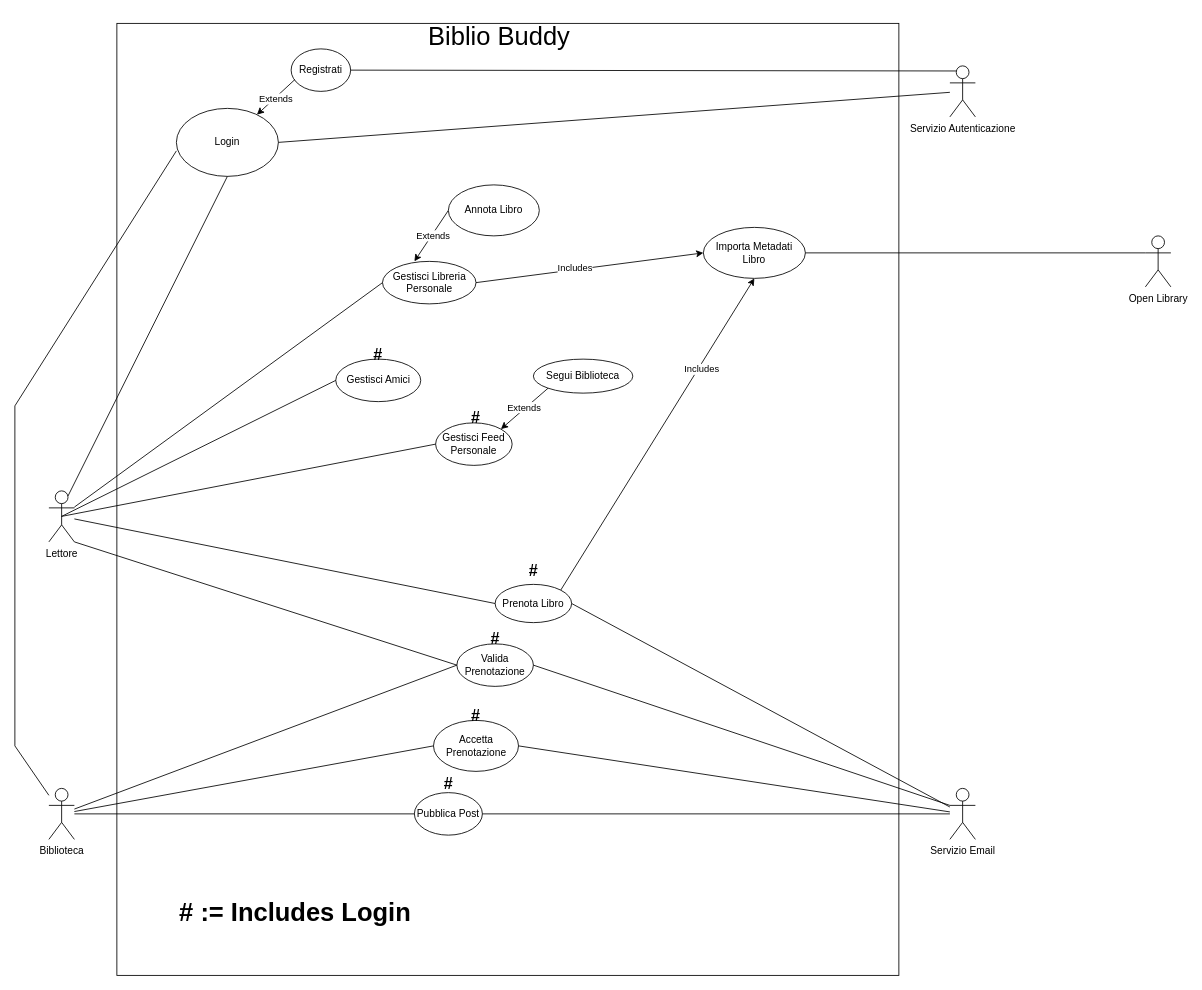
The draw.io diagram page "UC Diagram Attuale" (1 of 2) of Elaborati Progettazione/Casi d'uso/Diagrammi/Diagramma casi d'uso.drawio in Tom-n7/progettoMurakami, before the edit. Source tidied: cells renumbered, new cells numbered last; positions are measured from the earlier drawing's top-left corner, leaving out a move shared by most shapes. Both pictures are drawn from the tidied source at 85%, with x=0, y=0 at pixel (14, 14).
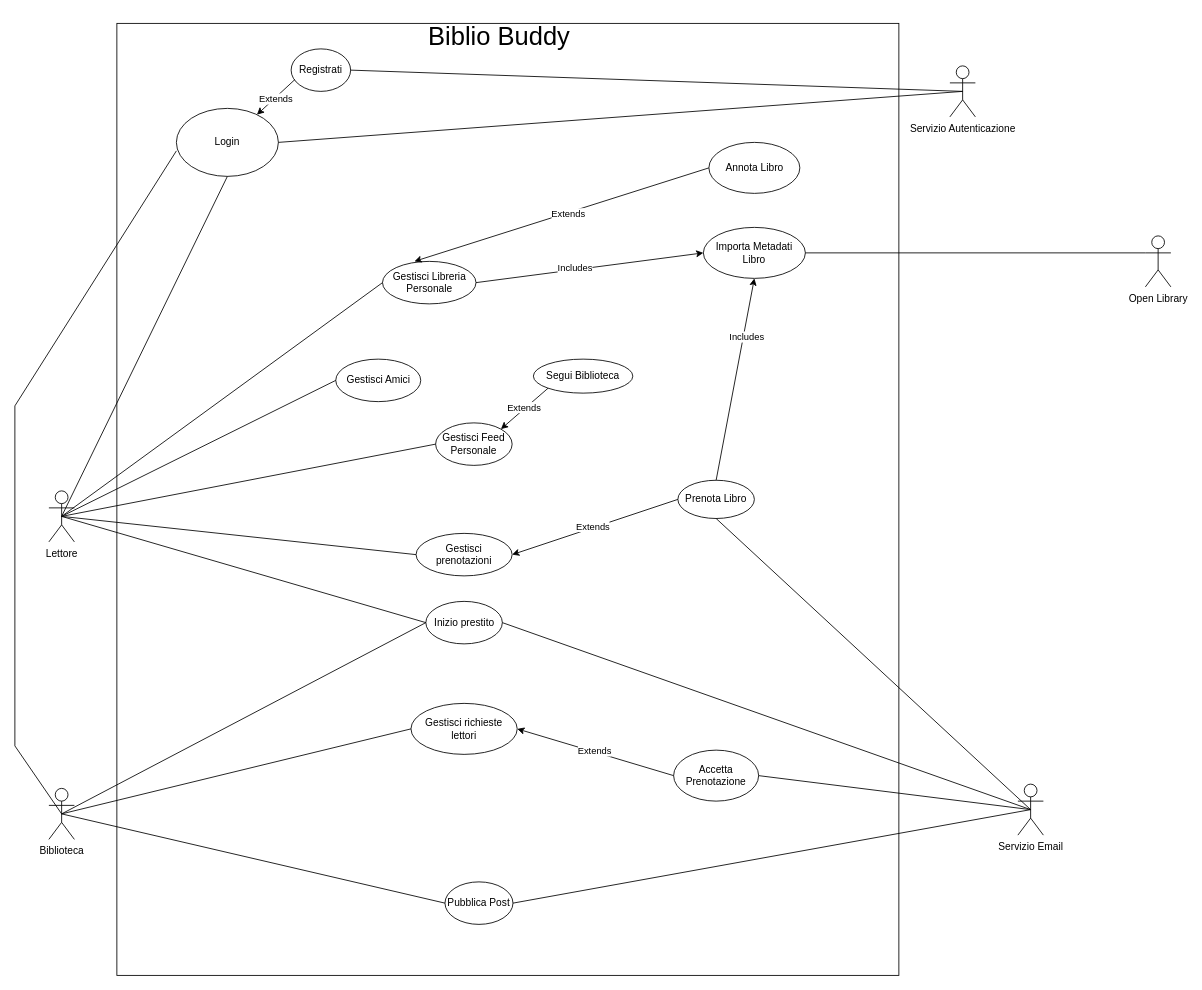
The same page after the edit.

Unchanged cells that the change refers to:
```xml
<mxCell id="3" value="&lt;div&gt;Lettore&lt;/div&gt;&lt;div&gt;&lt;br&gt;&lt;/div&gt;" style="shape=umlActor;verticalLabelPosition=bottom;verticalAlign=top;html=1;outlineConnect=0;" parent="1" vertex="1">
  <mxGeometry x="40" y="560" width="30" height="60" as="geometry" />
</mxCell>
<mxCell id="5" value="Biblioteca" style="shape=umlActor;verticalLabelPosition=bottom;verticalAlign=top;html=1;outlineConnect=0;" parent="1" vertex="1">
  <mxGeometry x="40" y="910" width="30" height="60" as="geometry" />
</mxCell>
<mxCell id="6" value="&lt;font&gt;Gestisci Libreria Personale&lt;/font&gt;" style="ellipse;whiteSpace=wrap;html=1;" parent="1" vertex="1">
  <mxGeometry x="432.5" y="290" width="110" height="50" as="geometry" />
</mxCell>
<mxCell id="11" value="Importa Metadati Libro" style="ellipse;whiteSpace=wrap;html=1;" parent="1" vertex="1">
  <mxGeometry x="810" y="250" width="120" height="60" as="geometry" />
</mxCell>
<mxCell id="18" value="Login" style="ellipse;whiteSpace=wrap;html=1;" parent="1" vertex="1">
  <mxGeometry x="190" y="110" width="120" height="80" as="geometry" />
</mxCell>
<mxCell id="21" value="Registrati" style="ellipse;whiteSpace=wrap;html=1;" parent="1" vertex="1">
  <mxGeometry x="325" y="40" width="70" height="50" as="geometry" />
</mxCell>
<mxCell id="52" value="Servizio Autenticazione" style="shape=umlActor;verticalLabelPosition=bottom;verticalAlign=top;html=1;outlineConnect=0;" parent="1" vertex="1">
  <mxGeometry x="1100" y="60" width="30" height="60" as="geometry" />
</mxCell>
```

Diff of the diagram source:
```diff
@@
-    <mxCell id="7" style="endArrow=none;html=1;rounded=0;entryX=0;entryY=0.5;entryDx=0;entryDy=0;" parent="1" edge="1" source="3" target="6">
+    <mxCell id="7" style="endArrow=none;html=1;rounded=0;entryX=0;entryY=0.5;entryDx=0;entryDy=0;exitX=0.5;exitY=0.5;exitDx=0;exitDy=0;exitPerimeter=0;" parent="1" edge="1" source="3" target="6">
       <mxGeometry relative="1" as="geometry" />
     </mxCell>
@@
     <mxCell id="12" value="Prenota Libro" style="ellipse;whiteSpace=wrap;html=1;" parent="1" vertex="1">
-      <mxGeometry x="565" y="670" width="90" height="45" as="geometry" />
+      <mxGeometry x="780" y="547.5" width="90" height="45" as="geometry" />
     </mxCell>
-    <mxCell id="13" style="endArrow=none;html=1;rounded=0;entryX=0;entryY=0.5;entryDx=0;entryDy=0;" parent="1" edge="1" source="3" target="12">
+    <mxCell id="13" style="endArrow=none;html=1;rounded=0;entryX=0;entryY=0.5;entryDx=0;entryDy=0;exitX=0.5;exitY=0.5;exitDx=0;exitDy=0;exitPerimeter=0;" parent="1" edge="1" source="3" target="55">
       <mxGeometry relative="1" as="geometry" />
     </mxCell>
     <mxCell id="14" value="Accetta Prenotazione" style="ellipse;whiteSpace=wrap;html=1;" parent="1" vertex="1">
-      <mxGeometry x="492.5" y="830" width="100" height="60" as="geometry" />
+      <mxGeometry x="775" y="865" width="100" height="60" as="geometry" />
     </mxCell>
-    <mxCell id="15" value="Valida Prenotazione" style="ellipse;whiteSpace=wrap;html=1;" parent="1" vertex="1">
-      <mxGeometry x="520" y="740" width="90" height="50" as="geometry" />
+    <mxCell id="15" value="Inizio prestito" style="ellipse;whiteSpace=wrap;html=1;" parent="1" vertex="1">
+      <mxGeometry x="483.5" y="690" width="90" height="50" as="geometry" />
     </mxCell>
     <mxCell id="16" value="Pubblica Post" style="ellipse;whiteSpace=wrap;html=1;" parent="1" vertex="1">
-      <mxGeometry x="470" y="915" width="80" height="50" as="geometry" />
+      <mxGeometry x="506" y="1020" width="80" height="50" as="geometry" />
     </mxCell>
-    <mxCell id="17" style="endArrow=none;html=1;rounded=0;entryX=0;entryY=0.5;entryDx=0;entryDy=0;" parent="1" edge="1" source="5" target="16">
+    <mxCell id="17" style="endArrow=none;html=1;rounded=0;entryX=0;entryY=0.5;entryDx=0;entryDy=0;exitX=0.5;exitY=0.5;exitDx=0;exitDy=0;exitPerimeter=0;" parent="1" edge="1" source="5" target="16">
       <mxGeometry relative="1" as="geometry" />
     </mxCell>
@@
-    <mxCell id="19" style="endArrow=none;html=1;rounded=0;exitX=0.75;exitY=0.1;exitDx=0;exitDy=0;exitPerimeter=0;entryX=0.5;entryY=1;entryDx=0;entryDy=0;" parent="1" edge="1" source="3" target="18">
+    <mxCell id="19" style="endArrow=none;html=1;rounded=0;exitX=0.5;exitY=0.5;exitDx=0;exitDy=0;exitPerimeter=0;entryX=0.5;entryY=1;entryDx=0;entryDy=0;" parent="1" edge="1" source="3" target="18">
       <mxGeometry relative="1" as="geometry" />
     </mxCell>
-    <mxCell id="20" style="endArrow=none;html=1;rounded=0;entryX=0;entryY=0.625;entryDx=0;entryDy=0;entryPerimeter=0;" parent="1" edge="1" source="5" target="18">
+    <mxCell id="20" style="endArrow=none;html=1;rounded=0;entryX=0;entryY=0.625;entryDx=0;entryDy=0;entryPerimeter=0;exitX=0.5;exitY=0.5;exitDx=0;exitDy=0;exitPerimeter=0;" parent="1" edge="1" source="5" target="18">
       <mxGeometry relative="1" as="geometry">
         <Array as="points">
           <mxPoint y="860" />
           <mxPoint y="460" />
         </Array>
       </mxGeometry>
     </mxCell>
@@
-    <mxCell id="24" value="&lt;b&gt;&lt;font style=&quot;font-size: 19px;&quot;&gt;#&lt;/font&gt;&lt;/b&gt;" style="text;html=1;whiteSpace=wrap;strokeColor=none;fillColor=none;align=center;verticalAlign=middle;rounded=0;" parent="1" vertex="1">
-      <mxGeometry x="510" y="470" width="65" height="10" as="geometry" />
-    </mxCell>
-    <mxCell id="25" value="&lt;b&gt;#&lt;/b&gt;" style="text;html=1;whiteSpace=wrap;strokeColor=none;fillColor=none;align=center;verticalAlign=middle;rounded=0;fontSize=19;" parent="1" vertex="1">
-      <mxGeometry x="477.5" y="900" width="65" height="10" as="geometry" />
-    </mxCell>
-    <mxCell id="26" value="&lt;b&gt;&lt;font style=&quot;font-size: 30px;&quot;&gt;# := Includes Login&lt;/font&gt;&lt;/b&gt;" style="text;html=1;whiteSpace=wrap;strokeColor=none;fillColor=none;align=center;verticalAlign=middle;rounded=0;" parent="1" vertex="1">
-      <mxGeometry x="150" y="1030" width="360" height="50" as="geometry" />
-    </mxCell>
@@
-    <mxCell id="30" style="endArrow=none;html=1;rounded=0;entryX=0;entryY=0.5;entryDx=0;entryDy=0;" parent="1" edge="1" source="5" target="14">
+    <mxCell id="30" style="endArrow=none;html=1;rounded=0;entryX=0;entryY=0.5;entryDx=0;entryDy=0;exitX=0.5;exitY=0.5;exitDx=0;exitDy=0;exitPerimeter=0;" parent="1" edge="1" source="5" target="60">
       <mxGeometry relative="1" as="geometry" />
     </mxCell>
@@
-    <mxCell id="32" style="endArrow=none;html=1;rounded=0;exitX=1;exitY=1;exitDx=0;exitDy=0;exitPerimeter=0;entryX=0;entryY=0.5;entryDx=0;entryDy=0;" parent="1" edge="1" source="3" target="15">
+    <mxCell id="32" style="endArrow=none;html=1;rounded=0;exitX=0.5;exitY=0.5;exitDx=0;exitDy=0;exitPerimeter=0;entryX=0;entryY=0.5;entryDx=0;entryDy=0;" parent="1" edge="1" source="3" target="15">
       <mxGeometry relative="1" as="geometry" />
     </mxCell>
-    <mxCell id="33" value="&lt;b&gt;#&lt;/b&gt;" style="text;html=1;whiteSpace=wrap;strokeColor=none;fillColor=none;align=center;verticalAlign=middle;rounded=0;fontSize=19;" parent="1" vertex="1">
-      <mxGeometry x="510" y="820" width="65" height="10" as="geometry" />
-    </mxCell>
-    <mxCell id="34" style="endArrow=none;html=1;rounded=0;exitX=0.5;exitY=1;exitDx=0;exitDy=0;entryX=1;entryY=0;entryDx=0;entryDy=0;startArrow=classic;startFill=1;endFill=0;" parent="1" edge="1" source="11" target="12">
+    <mxCell id="34" style="endArrow=none;html=1;rounded=0;exitX=0.5;exitY=1;exitDx=0;exitDy=0;entryX=0.5;entryY=0;entryDx=0;entryDy=0;startArrow=classic;startFill=1;endFill=0;" parent="1" edge="1" source="11" target="12">
       <mxGeometry relative="1" as="geometry" />
     </mxCell>
@@
-    <mxCell id="36" value="&lt;b&gt;#&lt;/b&gt;" style="text;html=1;whiteSpace=wrap;strokeColor=none;fillColor=none;align=center;verticalAlign=middle;rounded=0;fontSize=19;" parent="1" vertex="1">
-      <mxGeometry x="577.5" y="650" width="65" height="10" as="geometry" />
-    </mxCell>
     <mxCell id="37" value="Servizio Email" style="shape=umlActor;verticalLabelPosition=bottom;verticalAlign=top;html=1;outlineConnect=0;" parent="1" vertex="1">
-      <mxGeometry x="1100" y="910" width="30" height="60" as="geometry" />
+      <mxGeometry x="1180" y="905" width="30" height="60" as="geometry" />
     </mxCell>
-    <mxCell id="38" style="endArrow=none;html=1;rounded=0;exitX=1;exitY=0.5;exitDx=0;exitDy=0;" parent="1" edge="1" source="16" target="37">
+    <mxCell id="38" style="endArrow=none;html=1;rounded=0;exitX=1;exitY=0.5;exitDx=0;exitDy=0;entryX=0.5;entryY=0.5;entryDx=0;entryDy=0;entryPerimeter=0;" parent="1" edge="1" source="16" target="37">
       <mxGeometry relative="1" as="geometry" />
     </mxCell>
-    <mxCell id="39" value="&lt;b&gt;&lt;font style=&quot;font-size: 19px;&quot;&gt;#&lt;/font&gt;&lt;/b&gt;" style="text;html=1;whiteSpace=wrap;strokeColor=none;fillColor=none;align=center;verticalAlign=middle;rounded=0;" parent="1" vertex="1">
-      <mxGeometry x="395" y="395" width="65" height="10" as="geometry" />
-    </mxCell>
-    <mxCell id="40" style="endArrow=none;html=1;rounded=0;entryX=0;entryY=0.5;entryDx=0;entryDy=0;" parent="1" edge="1" source="5" target="15">
+    <mxCell id="40" style="endArrow=none;html=1;rounded=0;entryX=0;entryY=0.5;entryDx=0;entryDy=0;exitX=0.5;exitY=0.5;exitDx=0;exitDy=0;exitPerimeter=0;" parent="1" edge="1" source="5" target="15">
       <mxGeometry relative="1" as="geometry" />
     </mxCell>
-    <mxCell id="41" style="endArrow=none;html=1;rounded=0;exitX=1;exitY=0.5;exitDx=0;exitDy=0;" parent="1" edge="1" source="14" target="37">
+    <mxCell id="41" style="endArrow=none;html=1;rounded=0;exitX=1;exitY=0.5;exitDx=0;exitDy=0;entryX=0.5;entryY=0.5;entryDx=0;entryDy=0;entryPerimeter=0;" parent="1" edge="1" source="14" target="37">
       <mxGeometry relative="1" as="geometry" />
     </mxCell>
@@
     <mxCell id="48" value="Annota Libro" style="ellipse;whiteSpace=wrap;html=1;" parent="1" vertex="1">
-      <mxGeometry x="510" y="200" width="107" height="60" as="geometry" />
+      <mxGeometry x="816.5" y="150" width="107" height="60" as="geometry" />
     </mxCell>
-    <mxCell id="49" value="&lt;b&gt;#&lt;/b&gt;" style="text;html=1;whiteSpace=wrap;strokeColor=none;fillColor=none;align=center;verticalAlign=middle;rounded=0;fontSize=19;" parent="1" vertex="1">
-      <mxGeometry x="532.5" y="730" width="65" height="10" as="geometry" />
-    </mxCell>
-    <mxCell id="50" style="endArrow=none;html=1;rounded=0;exitX=1;exitY=0.5;exitDx=0;exitDy=0;entryX=0;entryY=0.3333333333333333;entryDx=0;entryDy=0;entryPerimeter=0;" parent="1" edge="1" source="15" target="37">
+    <mxCell id="50" style="endArrow=none;html=1;rounded=0;exitX=1;exitY=0.5;exitDx=0;exitDy=0;entryX=0.5;entryY=0.5;entryDx=0;entryDy=0;entryPerimeter=0;" parent="1" edge="1" source="15" target="37">
       <mxGeometry relative="1" as="geometry" />
     </mxCell>
-    <mxCell id="51" style="endArrow=none;html=1;rounded=0;exitX=1;exitY=0.5;exitDx=0;exitDy=0;" parent="1" edge="1" source="12" target="37">
+    <mxCell id="51" style="endArrow=none;html=1;rounded=0;exitX=0.5;exitY=1;exitDx=0;exitDy=0;entryX=0.5;entryY=0.5;entryDx=0;entryDy=0;entryPerimeter=0;" parent="1" edge="1" source="12" target="37">
       <mxGeometry relative="1" as="geometry" />
     </mxCell>
@@
-    <mxCell id="53" style="endArrow=none;html=1;rounded=0;exitX=1;exitY=0.5;exitDx=0;exitDy=0;" parent="1" edge="1" source="18" target="52">
+    <mxCell id="53" style="endArrow=none;html=1;rounded=0;exitX=1;exitY=0.5;exitDx=0;exitDy=0;entryX=0.5;entryY=0.5;entryDx=0;entryDy=0;entryPerimeter=0;" parent="1" edge="1" source="18" target="52">
       <mxGeometry relative="1" as="geometry" />
     </mxCell>
-    <mxCell id="54" style="endArrow=none;html=1;rounded=0;exitX=1;exitY=0.5;exitDx=0;exitDy=0;entryX=0.25;entryY=0.1;entryDx=0;entryDy=0;entryPerimeter=0;" parent="1" edge="1" source="21" target="52">
+    <mxCell id="54" style="endArrow=none;html=1;rounded=0;exitX=1;exitY=0.5;exitDx=0;exitDy=0;entryX=0.5;entryY=0.5;entryDx=0;entryDy=0;entryPerimeter=0;" parent="1" edge="1" source="21" target="52">
       <mxGeometry relative="1" as="geometry" />
     </mxCell>
+    <mxCell id="55" value="Gestisci prenotazioni" style="ellipse;whiteSpace=wrap;html=1;" parent="1" vertex="1">
+      <mxGeometry x="472" y="610" width="113" height="50" as="geometry" />
+    </mxCell>
+    <mxCell id="56" style="endArrow=classic;html=1;rounded=0;exitX=0;exitY=0.5;exitDx=0;exitDy=0;entryX=1;entryY=0.5;entryDx=0;entryDy=0;" parent="1" edge="1" source="12" target="55">
+      <mxGeometry relative="1" as="geometry" />
+    </mxCell>
+    <mxCell id="57" value="Extends" style="edgeLabel;html=1;align=center;verticalAlign=middle;" parent="56" vertex="1">
+      <mxGeometry x="0.02" y="-2" relative="1" as="geometry" />
+    </mxCell>
+    <mxCell id="58" style="endArrow=classic;html=1;rounded=0;exitX=0;exitY=0.5;exitDx=0;exitDy=0;entryX=1;entryY=0.5;entryDx=0;entryDy=0;" parent="1" edge="1" source="14" target="60">
+      <mxGeometry relative="1" as="geometry" />
+    </mxCell>
+    <mxCell id="59" value="Extends" style="edgeLabel;html=1;align=center;verticalAlign=middle;" parent="58" vertex="1">
+      <mxGeometry x="0.02" y="-2" relative="1" as="geometry" />
+    </mxCell>
+    <mxCell id="60" value="Gestisci richieste lettori" style="ellipse;whiteSpace=wrap;html=1;" parent="1" vertex="1">
+      <mxGeometry x="466" y="810" width="125" height="60" as="geometry" />
+    </mxCell>
```
